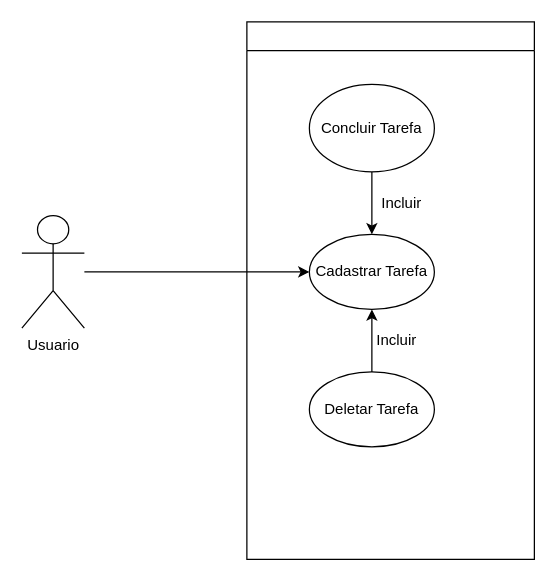
Above: Diagrama sem nome.drawio in ArcanjoDaGuarda/AnjoProjetos (draw.io), before the change. Source tidied: cells renumbered, new cells numbered last; positions are measured from the earlier drawing's top-left corner, leaving out a move shared by most shapes. Both pictures are drawn from the tidied source at 125%, with x=0, y=0 at pixel (21, 21).
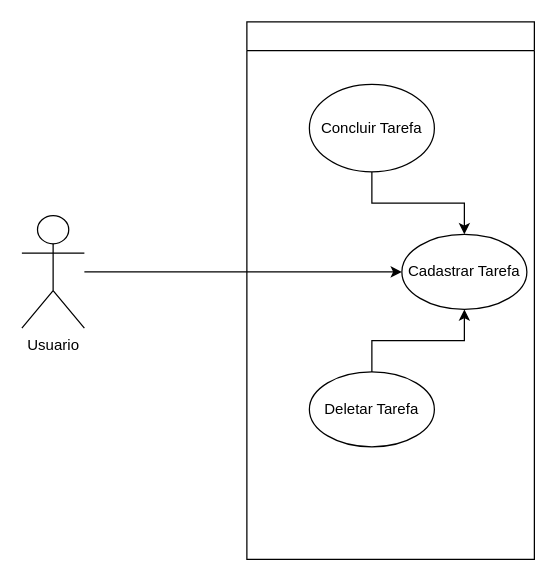
After the change.

Change to the diagram source:
```diff
@@
 <mxGraphModel>
   <root>
     <mxCell id="0" />
     <mxCell id="1" parent="0" />
     <mxCell id="2" style="edgeStyle=orthogonalEdgeStyle;rounded=0;jettySize=auto;html=1;" parent="1" edge="1" source="3" target="5">
       <mxGeometry relative="1" as="geometry" />
     </mxCell>
     <mxCell id="3" value="Usuario" style="shape=umlActor;verticalLabelPosition=bottom;verticalAlign=top;html=1;outlineConnect=0;" parent="1" vertex="1">
       <mxGeometry y="155" width="50" height="90" as="geometry" />
     </mxCell>
     <mxCell id="4" style="swimlane;whiteSpace=wrap;html=1;" parent="1" vertex="1">
       <mxGeometry x="180" width="230" height="430" as="geometry" />
     </mxCell>
     <mxCell id="5" value="Cadastrar Tarefa" style="ellipse;whiteSpace=wrap;html=1;" parent="4" vertex="1">
-      <mxGeometry x="50" y="170" width="100" height="60" as="geometry" />
+      <mxGeometry x="124" y="170" width="100" height="60" as="geometry" />
     </mxCell>
     <mxCell id="6" style="edgeStyle=orthogonalEdgeStyle;rounded=0;jettySize=auto;html=1;" parent="4" edge="1" source="7" target="5">
       <mxGeometry relative="1" as="geometry" />
     </mxCell>
     <mxCell id="7" value="Concluir Tarefa" style="ellipse;whiteSpace=wrap;html=1;" parent="4" vertex="1">
       <mxGeometry x="50" y="50" width="100" height="70" as="geometry" />
     </mxCell>
     <mxCell id="8" style="edgeStyle=orthogonalEdgeStyle;rounded=0;jettySize=auto;html=1;" parent="4" edge="1" source="9" target="5">
       <mxGeometry relative="1" as="geometry" />
     </mxCell>
     <mxCell id="9" value="Deletar Tarefa" style="ellipse;whiteSpace=wrap;html=1;" parent="4" vertex="1">
       <mxGeometry x="50" y="280" width="100" height="60" as="geometry" />
     </mxCell>
-    <mxCell id="10" value="Incluir" style="text;html=1;strokeColor=none;fillColor=none;align=center;verticalAlign=middle;whiteSpace=wrap;rounded=0;" parent="4" vertex="1">
-      <mxGeometry x="90" y="240" width="60" height="30" as="geometry" />
-    </mxCell>
-    <mxCell id="11" value="Incluir" style="text;html=1;strokeColor=none;fillColor=none;align=center;verticalAlign=middle;whiteSpace=wrap;rounded=0;" parent="4" vertex="1">
-      <mxGeometry x="94" y="130" width="60" height="30" as="geometry" />
-    </mxCell>
   </root>
 </mxGraphModel>
```
